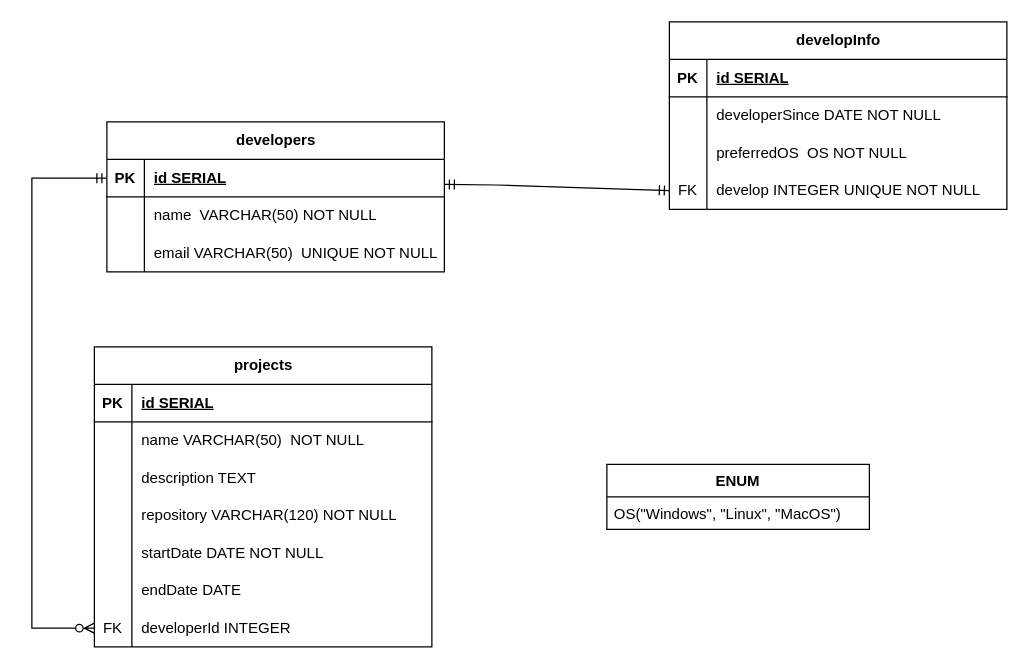
Before: KenzieVelops.drawio in pedrogabrielbacili/meu_primeiro_DER, a draw.io diagram. Source tidied: cells renumbered, new cells numbered last; positions are measured from the earlier drawing's top-left corner, leaving out a move shared by most shapes. Both pictures are drawn from the tidied source at 125%, with x=0, y=0 at pixel (31, 21).
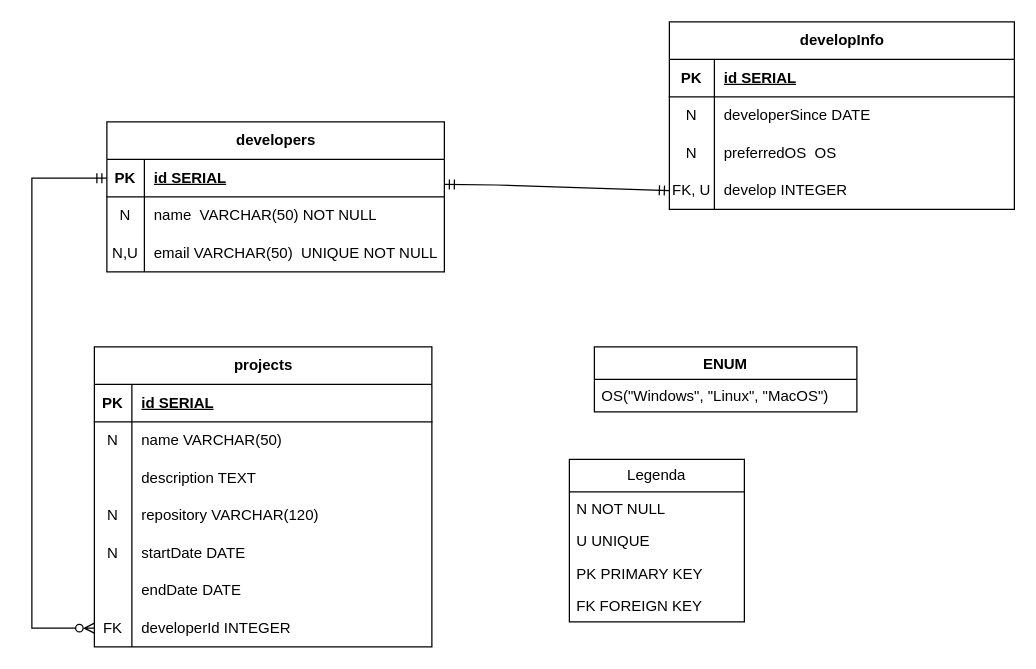
After the change.

The change refers to these unchanged cells:
```xml
<mxCell id="20" style="shape=tableRow;horizontal=0;startSize=0;swimlaneHead=0;swimlaneBody=0;fillColor=none;top=0;left=0;right=0;bottom=0;" parent="16" vertex="1">
  <mxGeometry y="60" width="270" height="30" as="geometry" />
</mxCell>
<mxCell id="26" style="shape=tableRow;horizontal=0;startSize=0;swimlaneHead=0;swimlaneBody=0;fillColor=none;top=0;left=0;right=0;bottom=0;" parent="16" vertex="1">
  <mxGeometry y="120" width="270" height="30" as="geometry" />
</mxCell>
<mxCell id="29" style="shape=tableRow;horizontal=0;startSize=0;swimlaneHead=0;swimlaneBody=0;fillColor=none;top=0;left=0;right=0;bottom=0;" parent="16" vertex="1">
  <mxGeometry y="150" width="270" height="30" as="geometry" />
</mxCell>
<mxCell id="42" style="shape=tableRow;horizontal=0;startSize=0;swimlaneHead=0;swimlaneBody=0;fillColor=none;top=0;left=0;right=0;bottom=0;" parent="38" vertex="1">
  <mxGeometry y="60" width="270" height="30" as="geometry" />
</mxCell>
<mxCell id="45" style="shape=tableRow;horizontal=0;startSize=0;swimlaneHead=0;swimlaneBody=0;fillColor=none;top=0;left=0;right=0;bottom=0;" parent="38" vertex="1">
  <mxGeometry y="90" width="270" height="30" as="geometry" />
</mxCell>
```

Change to the diagram source:
```diff
@@
     <mxCell id="3" value="developInfo" style="shape=table;startSize=30;childLayout=tableLayout;rowLines=0;fontStyle=1;align=center;html=1;" parent="1" vertex="1">
-      <mxGeometry x="510" width="270" height="150" as="geometry" />
+      <mxGeometry x="510" width="276" height="150" as="geometry" />
     </mxCell>
     <mxCell id="4" style="shape=tableRow;horizontal=0;startSize=0;swimlaneHead=0;swimlaneBody=0;fillColor=none;top=0;left=0;right=0;bottom=1;" parent="3" vertex="1">
-      <mxGeometry y="30" width="270" height="30" as="geometry" />
+      <mxGeometry y="30" width="276" height="30" as="geometry" />
     </mxCell>
     <mxCell id="5" value="PK" style="shape=partialRectangle;fillColor=none;top=0;left=0;bottom=0;right=0;fontStyle=1;overflow=hidden;whiteSpace=wrap;html=1;" parent="4" vertex="1">
-      <mxGeometry width="30" height="30" as="geometry" />
+      <mxGeometry width="36" height="30" as="geometry" />
     </mxCell>
     <mxCell id="6" value="id SERIAL" style="shape=partialRectangle;fillColor=none;top=0;left=0;bottom=0;right=0;align=left;spacingLeft=6;fontStyle=5;overflow=hidden;whiteSpace=wrap;html=1;" parent="4" vertex="1">
-      <mxGeometry x="30" width="240" height="30" as="geometry" />
+      <mxGeometry x="36" width="240" height="30" as="geometry" />
     </mxCell>
     <mxCell id="7" style="shape=tableRow;horizontal=0;startSize=0;swimlaneHead=0;swimlaneBody=0;fillColor=none;top=0;left=0;right=0;bottom=0;" parent="3" vertex="1">
-      <mxGeometry y="60" width="270" height="30" as="geometry" />
+      <mxGeometry y="60" width="276" height="30" as="geometry" />
     </mxCell>
-    <mxCell id="8" style="shape=partialRectangle;fillColor=none;top=0;left=0;bottom=0;right=0;overflow=hidden;whiteSpace=wrap;html=1;" parent="7" vertex="1">
-      <mxGeometry width="30" height="30" as="geometry" />
+    <mxCell id="8" value="N" style="shape=partialRectangle;fillColor=none;top=0;left=0;bottom=0;right=0;overflow=hidden;whiteSpace=wrap;html=1;" parent="7" vertex="1">
+      <mxGeometry width="36" height="30" as="geometry" />
     </mxCell>
-    <mxCell id="9" value="developerSince DATE NOT NULL" style="shape=partialRectangle;fillColor=none;top=0;left=0;bottom=0;right=0;align=left;spacingLeft=6;overflow=hidden;whiteSpace=wrap;html=1;" parent="7" vertex="1">
-      <mxGeometry x="30" width="240" height="30" as="geometry" />
+    <mxCell id="9" value="developerSince DATE&amp;nbsp;" style="shape=partialRectangle;fillColor=none;top=0;left=0;bottom=0;right=0;align=left;spacingLeft=6;overflow=hidden;whiteSpace=wrap;html=1;" parent="7" vertex="1">
+      <mxGeometry x="36" width="240" height="30" as="geometry" />
     </mxCell>
     <mxCell id="10" style="shape=tableRow;horizontal=0;startSize=0;swimlaneHead=0;swimlaneBody=0;fillColor=none;top=0;left=0;right=0;bottom=0;" parent="3" vertex="1">
-      <mxGeometry y="90" width="270" height="30" as="geometry" />
+      <mxGeometry y="90" width="276" height="30" as="geometry" />
     </mxCell>
-    <mxCell id="11" style="shape=partialRectangle;fillColor=none;top=0;left=0;bottom=0;right=0;overflow=hidden;whiteSpace=wrap;html=1;" parent="10" vertex="1">
-      <mxGeometry width="30" height="30" as="geometry" />
+    <mxCell id="11" value="N" style="shape=partialRectangle;fillColor=none;top=0;left=0;bottom=0;right=0;overflow=hidden;whiteSpace=wrap;html=1;" parent="10" vertex="1">
+      <mxGeometry width="36" height="30" as="geometry" />
     </mxCell>
-    <mxCell id="12" value="preferredOS&amp;nbsp; OS NOT NULL" style="shape=partialRectangle;fillColor=none;top=0;left=0;bottom=0;right=0;align=left;spacingLeft=6;overflow=hidden;whiteSpace=wrap;html=1;" parent="10" vertex="1">
-      <mxGeometry x="30" width="240" height="30" as="geometry" />
+    <mxCell id="12" value="preferredOS&amp;nbsp; OS&amp;nbsp;" style="shape=partialRectangle;fillColor=none;top=0;left=0;bottom=0;right=0;align=left;spacingLeft=6;overflow=hidden;whiteSpace=wrap;html=1;" parent="10" vertex="1">
+      <mxGeometry x="36" width="240" height="30" as="geometry" />
     </mxCell>
     <mxCell id="13" style="shape=tableRow;horizontal=0;startSize=0;swimlaneHead=0;swimlaneBody=0;fillColor=none;points=[[0,0.5],[1,0.5]];portConstraint=eastwest;top=0;left=0;right=0;bottom=0;" parent="3" vertex="1">
-      <mxGeometry y="120" width="270" height="30" as="geometry" />
+      <mxGeometry y="120" width="276" height="30" as="geometry" />
     </mxCell>
-    <mxCell id="14" value="FK" style="shape=partialRectangle;fillColor=none;top=0;left=0;bottom=0;right=0;overflow=hidden;whiteSpace=wrap;html=1;" parent="13" vertex="1">
-      <mxGeometry width="30" height="30" as="geometry" />
+    <mxCell id="14" value="FK, U" style="shape=partialRectangle;fillColor=none;top=0;left=0;bottom=0;right=0;overflow=hidden;whiteSpace=wrap;html=1;" parent="13" vertex="1">
+      <mxGeometry width="36" height="30" as="geometry" />
     </mxCell>
-    <mxCell id="15" value="develop INTEGER UNIQUE NOT NULL" style="shape=partialRectangle;fillColor=none;top=0;left=0;bottom=0;right=0;align=left;spacingLeft=6;overflow=hidden;whiteSpace=wrap;html=1;" parent="13" vertex="1">
-      <mxGeometry x="30" width="240" height="30" as="geometry" />
+    <mxCell id="15" value="develop INTEGER&amp;nbsp;" style="shape=partialRectangle;fillColor=none;top=0;left=0;bottom=0;right=0;align=left;spacingLeft=6;overflow=hidden;whiteSpace=wrap;html=1;" parent="13" vertex="1">
+      <mxGeometry x="36" width="240" height="30" as="geometry" />
     </mxCell>
@@
-    <mxCell id="21" style="shape=partialRectangle;fillColor=none;top=0;left=0;bottom=0;right=0;overflow=hidden;whiteSpace=wrap;html=1;" parent="20" vertex="1">
+    <mxCell id="21" value="N" style="shape=partialRectangle;fillColor=none;top=0;left=0;bottom=0;right=0;overflow=hidden;whiteSpace=wrap;html=1;" parent="20" vertex="1">
       <mxGeometry width="30" height="30" as="geometry" />
     </mxCell>
-    <mxCell id="22" value="name VARCHAR(50)&amp;nbsp; NOT NULL" style="shape=partialRectangle;fillColor=none;top=0;left=0;bottom=0;right=0;align=left;spacingLeft=6;overflow=hidden;whiteSpace=wrap;html=1;" parent="20" vertex="1">
+    <mxCell id="22" value="name VARCHAR(50)&amp;nbsp;" style="shape=partialRectangle;fillColor=none;top=0;left=0;bottom=0;right=0;align=left;spacingLeft=6;overflow=hidden;whiteSpace=wrap;html=1;" parent="20" vertex="1">
       <mxGeometry x="30" width="240" height="30" as="geometry" />
     </mxCell>
@@
-    <mxCell id="27" style="shape=partialRectangle;fillColor=none;top=0;left=0;bottom=0;right=0;overflow=hidden;whiteSpace=wrap;html=1;" parent="26" vertex="1">
+    <mxCell id="27" value="N" style="shape=partialRectangle;fillColor=none;top=0;left=0;bottom=0;right=0;overflow=hidden;whiteSpace=wrap;html=1;" parent="26" vertex="1">
       <mxGeometry width="30" height="30" as="geometry" />
     </mxCell>
-    <mxCell id="28" value="repository VARCHAR(120) NOT NULL" style="shape=partialRectangle;fillColor=none;top=0;left=0;bottom=0;right=0;align=left;spacingLeft=6;overflow=hidden;whiteSpace=wrap;html=1;" parent="26" vertex="1">
+    <mxCell id="28" value="repository VARCHAR(120)&amp;nbsp;" style="shape=partialRectangle;fillColor=none;top=0;left=0;bottom=0;right=0;align=left;spacingLeft=6;overflow=hidden;whiteSpace=wrap;html=1;" parent="26" vertex="1">
       <mxGeometry x="30" width="240" height="30" as="geometry" />
     </mxCell>
@@
-    <mxCell id="30" style="shape=partialRectangle;fillColor=none;top=0;left=0;bottom=0;right=0;overflow=hidden;whiteSpace=wrap;html=1;" parent="29" vertex="1">
+    <mxCell id="30" value="N" style="shape=partialRectangle;fillColor=none;top=0;left=0;bottom=0;right=0;overflow=hidden;whiteSpace=wrap;html=1;" parent="29" vertex="1">
       <mxGeometry width="30" height="30" as="geometry" />
     </mxCell>
-    <mxCell id="31" value="startDate DATE NOT NULL" style="shape=partialRectangle;fillColor=none;top=0;left=0;bottom=0;right=0;align=left;spacingLeft=6;overflow=hidden;whiteSpace=wrap;html=1;" parent="29" vertex="1">
+    <mxCell id="31" value="startDate DATE&amp;nbsp;" style="shape=partialRectangle;fillColor=none;top=0;left=0;bottom=0;right=0;align=left;spacingLeft=6;overflow=hidden;whiteSpace=wrap;html=1;" parent="29" vertex="1">
       <mxGeometry x="30" width="240" height="30" as="geometry" />
     </mxCell>
@@
-    <mxCell id="43" style="shape=partialRectangle;fillColor=none;top=0;left=0;bottom=0;right=0;overflow=hidden;whiteSpace=wrap;html=1;" parent="42" vertex="1">
+    <mxCell id="43" value="N" style="shape=partialRectangle;fillColor=none;top=0;left=0;bottom=0;right=0;overflow=hidden;whiteSpace=wrap;html=1;" parent="42" vertex="1">
       <mxGeometry width="30" height="30" as="geometry" />
     </mxCell>
@@
-    <mxCell id="46" style="shape=partialRectangle;fillColor=none;top=0;left=0;bottom=0;right=0;overflow=hidden;whiteSpace=wrap;html=1;" parent="45" vertex="1">
+    <mxCell id="46" value="N,U" style="shape=partialRectangle;fillColor=none;top=0;left=0;bottom=0;right=0;overflow=hidden;whiteSpace=wrap;html=1;" parent="45" vertex="1">
       <mxGeometry width="30" height="30" as="geometry" />
     </mxCell>
@@
     <mxCell id="48" value="ENUM" style="swimlane;fontStyle=1;align=center;verticalAlign=top;horizontal=1;startSize=26;whiteSpace=wrap;html=1;" parent="1" vertex="1">
-      <mxGeometry x="460" y="354" width="210" height="52" as="geometry" />
+      <mxGeometry x="450" y="260" width="210" height="52" as="geometry" />
     </mxCell>
@@
+    <mxCell id="51" value="Legenda" style="swimlane;fontStyle=0;horizontal=1;startSize=26;fillColor=none;whiteSpace=wrap;html=1;" parent="1" vertex="1">
+      <mxGeometry x="430" y="350" width="140" height="130" as="geometry" />
+    </mxCell>
+    <mxCell id="52" value="N NOT NULL" style="text;strokeColor=none;fillColor=none;align=left;verticalAlign=top;spacingLeft=4;spacingRight=4;overflow=hidden;whiteSpace=wrap;html=1;" parent="51" vertex="1">
+      <mxGeometry y="26" width="140" height="26" as="geometry" />
+    </mxCell>
+    <mxCell id="53" value="U UNIQUE" style="text;strokeColor=none;fillColor=none;align=left;verticalAlign=top;spacingLeft=4;spacingRight=4;overflow=hidden;whiteSpace=wrap;html=1;" parent="51" vertex="1">
+      <mxGeometry y="52" width="140" height="26" as="geometry" />
+    </mxCell>
+    <mxCell id="54" value="PK PRIMARY KEY" style="text;strokeColor=none;fillColor=none;align=left;verticalAlign=top;spacingLeft=4;spacingRight=4;overflow=hidden;whiteSpace=wrap;html=1;" parent="51" vertex="1">
+      <mxGeometry y="78" width="140" height="26" as="geometry" />
+    </mxCell>
+    <mxCell id="55" value="FK FOREIGN KEY" style="text;strokeColor=none;fillColor=none;align=left;verticalAlign=top;spacingLeft=4;spacingRight=4;overflow=hidden;whiteSpace=wrap;html=1;" parent="51" vertex="1">
+      <mxGeometry y="104" width="140" height="26" as="geometry" />
+    </mxCell>
```
